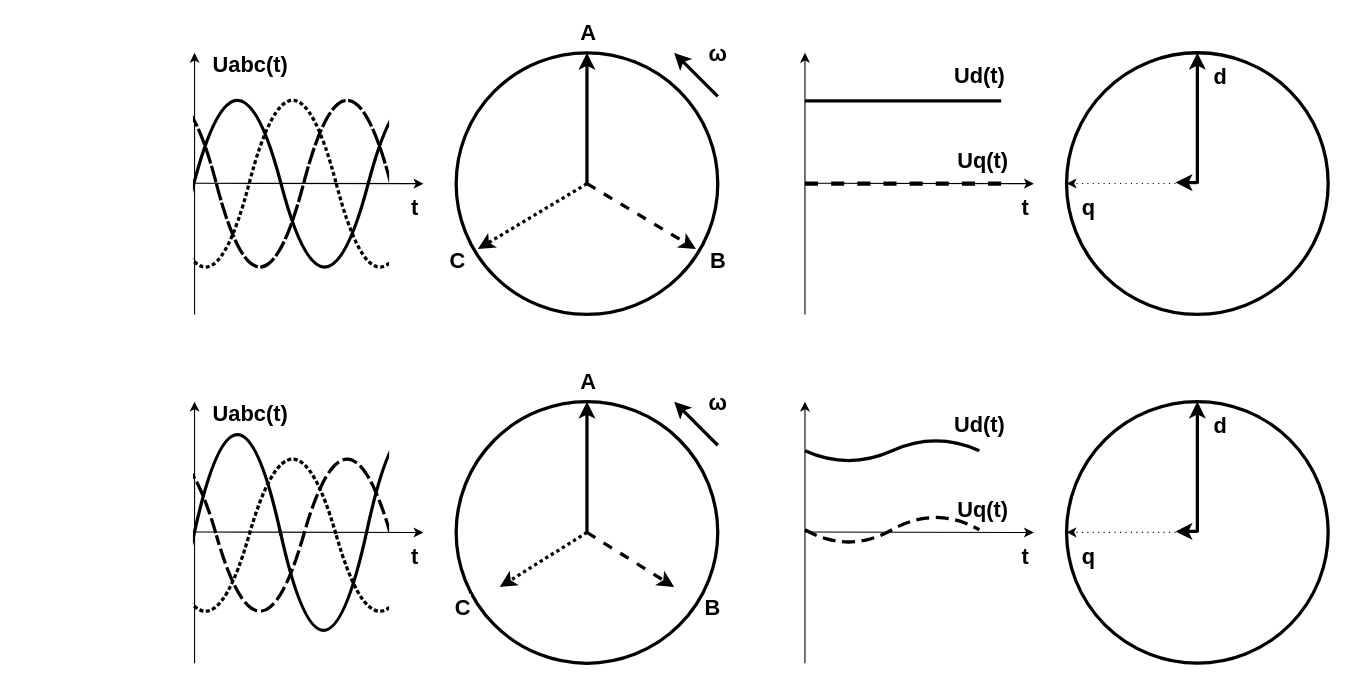
Earlier version of the draw.io diagram Graphics/abc-dqz.drawio (SukuWc/SGM-Inverter). Source tidied: cells renumbered, new cells numbered last; positions are measured from the earlier drawing's top-left corner, leaving out a move shared by most shapes. Both pictures are drawn from the tidied source at 109%, with x=0, y=0 at pixel (20, 52).
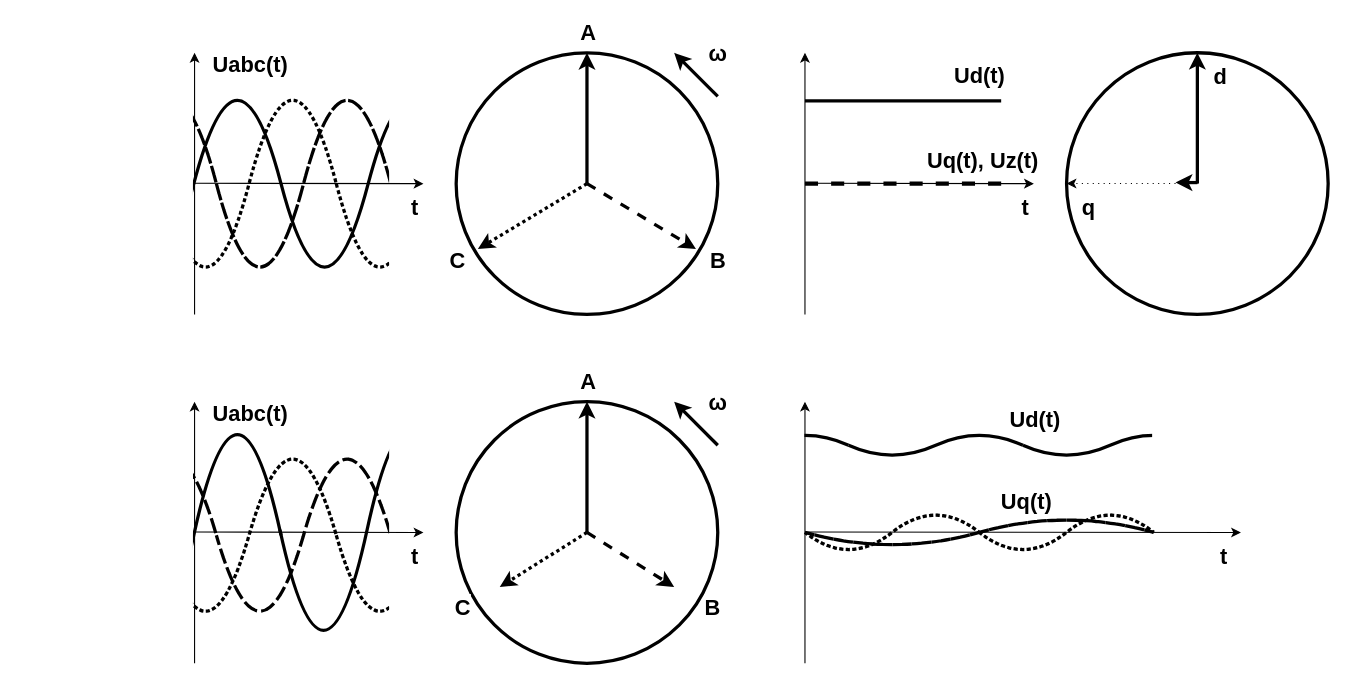
The same page after the edit.

Unchanged cells that the change refers to:
```xml
<mxCell id="50" style="endArrow=classic;html=1;strokeColor=#000000;strokeWidth=1;fontSize=20;" parent="1" edge="1">
  <mxGeometry relative="1" as="geometry">
    <mxPoint x="720" y="560" as="sourcePoint" />
    <mxPoint x="720" y="320" as="targetPoint" />
  </mxGeometry>
</mxCell>
```

What changed in the source:
```diff
@@
+    <mxCell id="72" style="shape=tape;whiteSpace=wrap;html=1;strokeWidth=3;fillColor=#000000;fontSize=20;size=1;strokeColor=#000000;" parent="1" vertex="1">
+      <mxGeometry x="920" y="350" width="160" height="20" as="geometry" />
+    </mxCell>
+    <mxCell id="73" style="rounded=0;whiteSpace=wrap;html=1;strokeWidth=3;fillColor=#FFFFFF;fontSize=20;strokeColor=#FFFFFF;" parent="1" vertex="1">
+      <mxGeometry x="1040" y="335" width="157" height="185" as="geometry" />
+    </mxCell>
+    <mxCell id="70" style="shape=tape;whiteSpace=wrap;html=1;strokeWidth=3;fillColor=#000000;fontSize=20;size=1;strokeColor=#000000;" parent="1" vertex="1">
+      <mxGeometry x="600" y="350" width="160" height="20" as="geometry" />
+    </mxCell>
+    <mxCell id="74" style="rounded=0;whiteSpace=wrap;html=1;strokeWidth=3;fillColor=#FFFFFF;fontSize=20;strokeColor=#FFFFFF;" parent="1" vertex="1">
+      <mxGeometry x="561" y="347.4" width="157" height="185" as="geometry" />
+    </mxCell>
@@
-    <mxCell id="37" value="Uq(t)" style="text;html=1;align=center;verticalAlign=middle;labelBackgroundColor=#ffffff;fontSize=20;fontStyle=1;" parent="1" vertex="1">
+    <mxCell id="37" value="Uq(t), Uz(t)" style="text;html=1;align=center;verticalAlign=middle;labelBackgroundColor=#ffffff;fontSize=20;fontStyle=1;" parent="1" vertex="1">
       <mxGeometry x="840" y="110" as="geometry">
         <mxPoint x="42" y="-12.1" as="offset" />
       </mxGeometry>
     </mxCell>
@@
     <mxCell id="51" value="Ud(t)" style="text;html=1;align=center;verticalAlign=middle;labelBackgroundColor=#ffffff;fontSize=20;fontStyle=1;" parent="50" vertex="1">
       <mxGeometry x="0.82" y="2" relative="1" as="geometry">
-        <mxPoint x="161.3" y="-2.1" as="offset" />
+        <mxPoint x="212" y="-7" as="offset" />
       </mxGeometry>
     </mxCell>
     <mxCell id="52" style="endArrow=classic;html=1;strokeColor=#000000;strokeWidth=1;fontSize=20;" parent="1" edge="1">
       <mxGeometry relative="1" as="geometry">
         <mxPoint x="720" y="439.6" as="sourcePoint" />
-        <mxPoint x="930" y="440" as="targetPoint" />
+        <mxPoint x="1120" y="440" as="targetPoint" />
       </mxGeometry>
     </mxCell>
@@
-    <mxCell id="54" style="endArrow=none;html=1;strokeColor=#000000;strokeWidth=3;fontSize=20;" parent="1" edge="1" source="70">
-      <mxGeometry relative="1" as="geometry">
-        <mxPoint x="720" y="364" as="targetPoint" />
-      </mxGeometry>
-    </mxCell>
@@
-    <mxCell id="63" style="ellipse;whiteSpace=wrap;html=1;strokeWidth=3;fillColor=#ffffff;fontSize=20;" parent="1" vertex="1">
-      <mxGeometry x="960" y="319.9" width="240" height="240" as="geometry" />
-    </mxCell>
-    <mxCell id="64" style="endArrow=classic;html=1;strokeWidth=3;fontSize=20;fillColor=#f8cecc;strokeColor=#000000;" parent="1" edge="1">
-      <mxGeometry relative="1" as="geometry">
-        <mxPoint x="1080" y="439.9" as="sourcePoint" />
-        <mxPoint x="1080" y="319.9" as="targetPoint" />
-      </mxGeometry>
-    </mxCell>
-    <mxCell id="65" value="d" style="text;html=1;align=center;verticalAlign=middle;labelBackgroundColor=#ffffff;fontSize=20;fontStyle=1;" parent="64" vertex="1">
-      <mxGeometry x="0.55" y="-1" relative="1" as="geometry">
-        <mxPoint x="19" y="-6.9" as="offset" />
-      </mxGeometry>
-    </mxCell>
-    <mxCell id="66" style="endArrow=classic;html=1;strokeWidth=1;fontSize=20;strokeColor=#000000;entryX=0;entryY=0.5;entryDx=0;entryDy=0;dashed=1;dashPattern=1 4;" parent="1" edge="1" target="63">
-      <mxGeometry relative="1" as="geometry">
-        <mxPoint x="1080" y="439.9" as="sourcePoint" />
-      </mxGeometry>
-    </mxCell>
-    <mxCell id="67" value="q" style="text;html=1;align=center;verticalAlign=middle;labelBackgroundColor=#ffffff;fontSize=20;fontStyle=1;" parent="66" vertex="1">
-      <mxGeometry x="-0.25" relative="1" as="geometry">
-        <mxPoint x="-55.3" y="20.1" as="offset" />
-      </mxGeometry>
-    </mxCell>
-    <mxCell id="68" style="endArrow=classic;html=1;strokeColor=#000000;strokeWidth=3;fontSize=20;endFill=1;" parent="1" edge="1">
-      <mxGeometry relative="1" as="geometry">
-        <mxPoint x="1080" y="439" as="sourcePoint" />
-        <mxPoint x="1060" y="439" as="targetPoint" />
-      </mxGeometry>
-    </mxCell>
     <mxCell id="69" value="Uq(t)" style="text;html=1;align=center;verticalAlign=middle;labelBackgroundColor=#ffffff;fontSize=20;fontStyle=1;" parent="1" vertex="1">
-      <mxGeometry x="840" y="430" as="geometry">
+      <mxGeometry x="880" y="422.4" as="geometry">
         <mxPoint x="42" y="-12.1" as="offset" />
       </mxGeometry>
     </mxCell>
-    <mxCell id="70" style="shape=tape;whiteSpace=wrap;html=1;strokeWidth=3;fillColor=#000000;fontSize=20;size=1;strokeColor=#000000;" parent="1" vertex="1">
-      <mxGeometry x="720" y="355" width="160" height="20" as="geometry" />
-    </mxCell>
-    <mxCell id="71" style="shape=tape;whiteSpace=wrap;html=1;strokeWidth=3;fillColor=#000000;fontSize=20;size=1;strokeColor=#000000;dashed=1;" parent="1" vertex="1">
-      <mxGeometry x="720" y="425" width="160" height="25" as="geometry" />
-    </mxCell>
+    <mxCell id="75" style="shape=tape;whiteSpace=wrap;html=1;strokeWidth=3;fillColor=#000000;fontSize=20;size=1;strokeColor=#000000;dashed=1;" parent="1" vertex="1">
+      <mxGeometry x="720" y="427.4" width="320" height="25" as="geometry" />
+    </mxCell>
+    <mxCell id="76" style="shape=tape;whiteSpace=wrap;html=1;strokeWidth=3;fillColor=#000000;fontSize=20;size=1;strokeColor=#000000;" parent="1" vertex="1">
+      <mxGeometry x="760" y="350" width="160" height="20" as="geometry" />
+    </mxCell>
+    <mxCell id="77" style="shape=tape;whiteSpace=wrap;html=1;strokeWidth=3;fillColor=#000000;fontSize=20;size=1;strokeColor=#000000;dashed=1;dashPattern=1 1;" parent="1" vertex="1">
+      <mxGeometry x="720" y="422.4" width="160" height="35" as="geometry" />
+    </mxCell>
+    <mxCell id="78" style="shape=tape;whiteSpace=wrap;html=1;strokeWidth=3;fillColor=#000000;fontSize=20;size=1;strokeColor=#000000;dashed=1;dashPattern=1 1;" parent="1" vertex="1">
+      <mxGeometry x="880" y="422.4" width="160" height="35" as="geometry" />
+    </mxCell>
```
